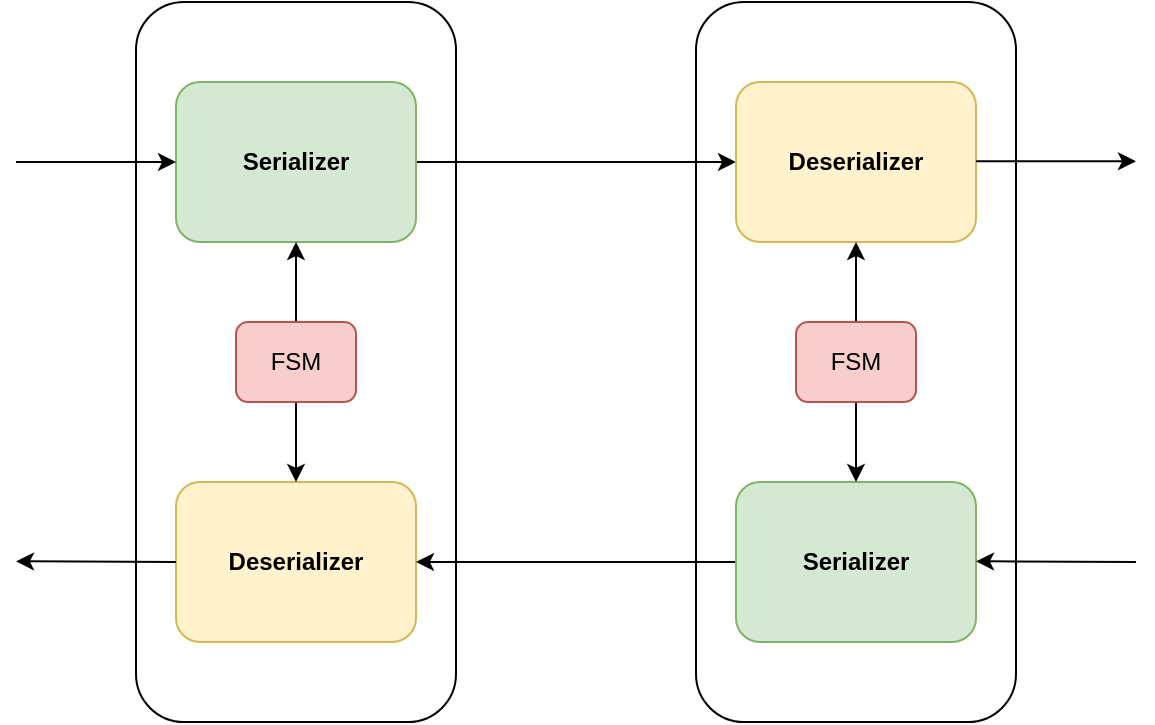
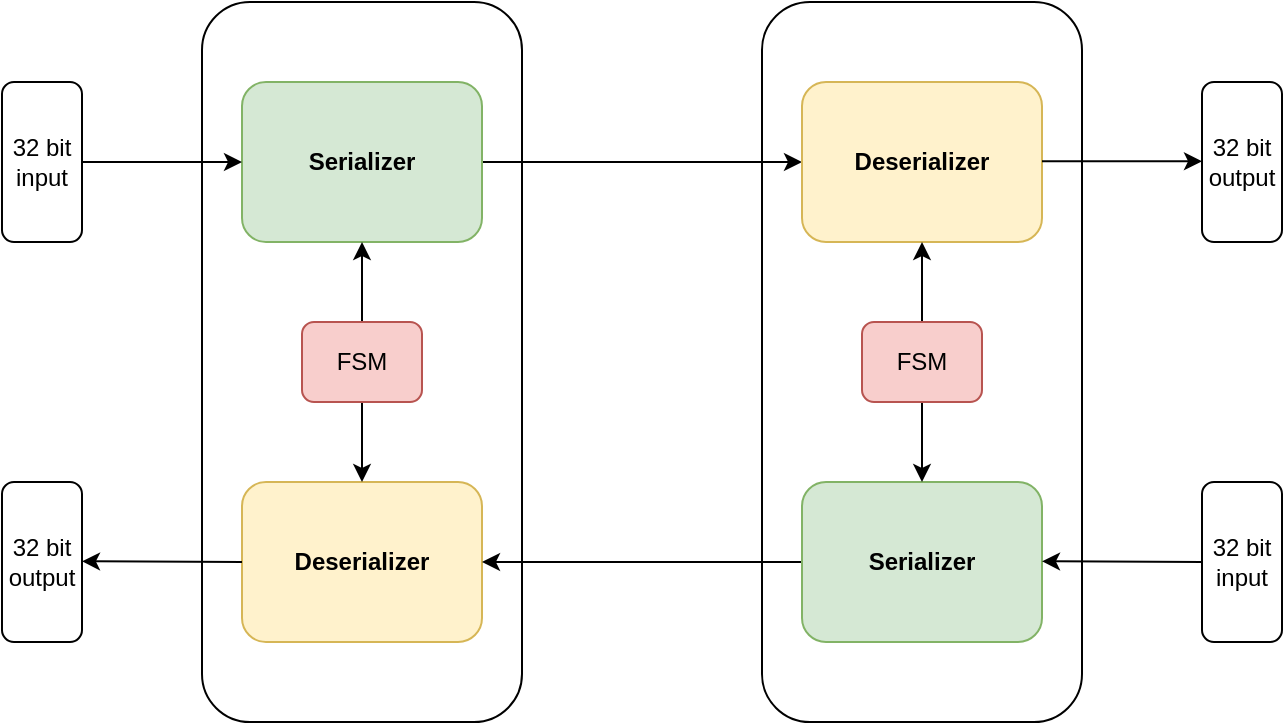
<mxfile host="app.diagrams.net">
  <diagram name="Page-1" id="W4ALeMc_fcv-iuW4_5jM">
    <mxGraphModel dx="527" dy="762" grid="1" gridSize="10" guides="1" tooltips="1" connect="1" arrows="1" fold="1" page="1" pageScale="1" pageWidth="850" pageHeight="1100" math="0" shadow="0">
      <root>
        <mxCell id="0" />
        <mxCell id="1" parent="0" />
        <mxCell id="13rOEOkUA4Yrk083lLE4-12" parent="1" style="rounded=1;whiteSpace=wrap;html=1;" value="" vertex="1">
          <mxGeometry height="360" width="160" x="460" y="160" as="geometry" />
        </mxCell>
        <mxCell id="13rOEOkUA4Yrk083lLE4-11" parent="1" style="rounded=1;whiteSpace=wrap;html=1;" value="" vertex="1">
          <mxGeometry height="360" width="160" x="180" y="160" as="geometry" />
        </mxCell>
        <mxCell id="13rOEOkUA4Yrk083lLE4-9" edge="1" parent="1" source="D67Tu_U39foHL8RCta2M-1" style="edgeStyle=orthogonalEdgeStyle;rounded=0;orthogonalLoop=1;jettySize=auto;html=1;exitX=1;exitY=0.5;exitDx=0;exitDy=0;entryX=0;entryY=0.5;entryDx=0;entryDy=0;" target="13rOEOkUA4Yrk083lLE4-4">
          <mxGeometry relative="1" as="geometry" />
        </mxCell>
        <mxCell id="D67Tu_U39foHL8RCta2M-1" parent="1" style="rounded=1;whiteSpace=wrap;html=1;fontStyle=1;fillColor=#d5e8d4;strokeColor=#82b366;" value="Serializer" vertex="1">
          <mxGeometry height="80" width="120" x="200" y="200" as="geometry" />
        </mxCell>
        <mxCell id="D67Tu_U39foHL8RCta2M-2" parent="1" style="rounded=1;whiteSpace=wrap;html=1;fontStyle=1;fillColor=#fff2cc;strokeColor=#d6b656;" value="Deserializer" vertex="1">
          <mxGeometry height="80" width="120" x="200" y="400" as="geometry" />
        </mxCell>
        <mxCell id="13rOEOkUA4Yrk083lLE4-2" edge="1" parent="1" source="13rOEOkUA4Yrk083lLE4-1" style="edgeStyle=orthogonalEdgeStyle;rounded=0;orthogonalLoop=1;jettySize=auto;html=1;entryX=0.5;entryY=1;entryDx=0;entryDy=0;" target="D67Tu_U39foHL8RCta2M-1">
          <mxGeometry relative="1" as="geometry" />
        </mxCell>
        <mxCell id="13rOEOkUA4Yrk083lLE4-3" edge="1" parent="1" source="13rOEOkUA4Yrk083lLE4-1" style="edgeStyle=orthogonalEdgeStyle;rounded=0;orthogonalLoop=1;jettySize=auto;html=1;entryX=0.5;entryY=0;entryDx=0;entryDy=0;" target="D67Tu_U39foHL8RCta2M-2">
          <mxGeometry relative="1" as="geometry" />
        </mxCell>
        <mxCell id="13rOEOkUA4Yrk083lLE4-1" parent="1" style="rounded=1;whiteSpace=wrap;html=1;fillColor=#f8cecc;strokeColor=#b85450;" value="FSM" vertex="1">
          <mxGeometry height="40" width="60" x="230" y="320" as="geometry" />
        </mxCell>
        <mxCell id="13rOEOkUA4Yrk083lLE4-4" parent="1" style="rounded=1;whiteSpace=wrap;html=1;fontStyle=1;fillColor=#fff2cc;strokeColor=#d6b656;" value="Deserializer" vertex="1">
          <mxGeometry height="80" width="120" x="480" y="200" as="geometry" />
        </mxCell>
        <mxCell id="13rOEOkUA4Yrk083lLE4-10" edge="1" parent="1" source="13rOEOkUA4Yrk083lLE4-5" style="edgeStyle=orthogonalEdgeStyle;rounded=0;orthogonalLoop=1;jettySize=auto;html=1;entryX=1;entryY=0.5;entryDx=0;entryDy=0;" target="D67Tu_U39foHL8RCta2M-2">
          <mxGeometry relative="1" as="geometry" />
        </mxCell>
        <mxCell id="13rOEOkUA4Yrk083lLE4-5" parent="1" style="rounded=1;whiteSpace=wrap;html=1;fontStyle=1;fillColor=#d5e8d4;strokeColor=#82b366;" value="Serializer" vertex="1">
          <mxGeometry height="80" width="120" x="480" y="400" as="geometry" />
        </mxCell>
        <mxCell id="13rOEOkUA4Yrk083lLE4-6" edge="1" parent="1" source="13rOEOkUA4Yrk083lLE4-8" style="edgeStyle=orthogonalEdgeStyle;rounded=0;orthogonalLoop=1;jettySize=auto;html=1;entryX=0.5;entryY=1;entryDx=0;entryDy=0;" target="13rOEOkUA4Yrk083lLE4-4">
          <mxGeometry relative="1" as="geometry" />
        </mxCell>
        <mxCell id="13rOEOkUA4Yrk083lLE4-7" edge="1" parent="1" source="13rOEOkUA4Yrk083lLE4-8" style="edgeStyle=orthogonalEdgeStyle;rounded=0;orthogonalLoop=1;jettySize=auto;html=1;entryX=0.5;entryY=0;entryDx=0;entryDy=0;" target="13rOEOkUA4Yrk083lLE4-5">
          <mxGeometry relative="1" as="geometry" />
        </mxCell>
        <mxCell id="13rOEOkUA4Yrk083lLE4-8" parent="1" style="rounded=1;whiteSpace=wrap;html=1;fillColor=#f8cecc;strokeColor=#b85450;" value="FSM" vertex="1">
          <mxGeometry height="40" width="60" x="510" y="320" as="geometry" />
        </mxCell>
        <mxCell id="13rOEOkUA4Yrk083lLE4-13" edge="1" parent="1" style="endArrow=classic;html=1;rounded=0;" value="">
          <mxGeometry height="50" relative="1" width="50" as="geometry">
            <mxPoint x="120" y="240" as="sourcePoint" />
            <mxPoint x="200" y="240" as="targetPoint" />
          </mxGeometry>
        </mxCell>
        <mxCell id="13rOEOkUA4Yrk083lLE4-14" edge="1" parent="1" style="endArrow=classic;html=1;rounded=0;" value="">
          <mxGeometry height="50" relative="1" width="50" as="geometry">
            <mxPoint x="600" y="239.66" as="sourcePoint" />
            <mxPoint x="680" y="239.66" as="targetPoint" />
          </mxGeometry>
        </mxCell>
        <mxCell id="13rOEOkUA4Yrk083lLE4-15" edge="1" parent="1" style="endArrow=classic;html=1;rounded=0;" value="">
          <mxGeometry height="50" relative="1" width="50" as="geometry">
            <mxPoint x="680" y="440" as="sourcePoint" />
            <mxPoint x="600" y="439.65999999999997" as="targetPoint" />
          </mxGeometry>
        </mxCell>
        <mxCell id="13rOEOkUA4Yrk083lLE4-16" edge="1" parent="1" style="endArrow=classic;html=1;rounded=0;" value="">
          <mxGeometry height="50" relative="1" width="50" as="geometry">
            <mxPoint x="200" y="440" as="sourcePoint" />
            <mxPoint x="120" y="439.65999999999997" as="targetPoint" />
          </mxGeometry>
        </mxCell>
+         <mxCell id="13rOEOkUA4Yrk083lLE4-17" parent="1" style="rounded=1;whiteSpace=wrap;html=1;" value="32 bit input" vertex="1">
+           <mxGeometry height="80" width="40" x="80" y="200" as="geometry" />
+         </mxCell>
+         <mxCell id="13rOEOkUA4Yrk083lLE4-18" parent="1" style="rounded=1;whiteSpace=wrap;html=1;" value="32 bit output" vertex="1">
+           <mxGeometry height="80" width="40" x="80" y="400" as="geometry" />
+         </mxCell>
+         <mxCell id="13rOEOkUA4Yrk083lLE4-19" parent="1" style="rounded=1;whiteSpace=wrap;html=1;" value="32 bit output" vertex="1">
+           <mxGeometry height="80" width="40" x="680" y="200" as="geometry" />
+         </mxCell>
+         <mxCell id="13rOEOkUA4Yrk083lLE4-20" parent="1" style="rounded=1;whiteSpace=wrap;html=1;" value="32 bit input" vertex="1">
+           <mxGeometry height="80" width="40" x="680" y="400" as="geometry" />
+         </mxCell>
      </root>
    </mxGraphModel>
  </diagram>
</mxfile>
